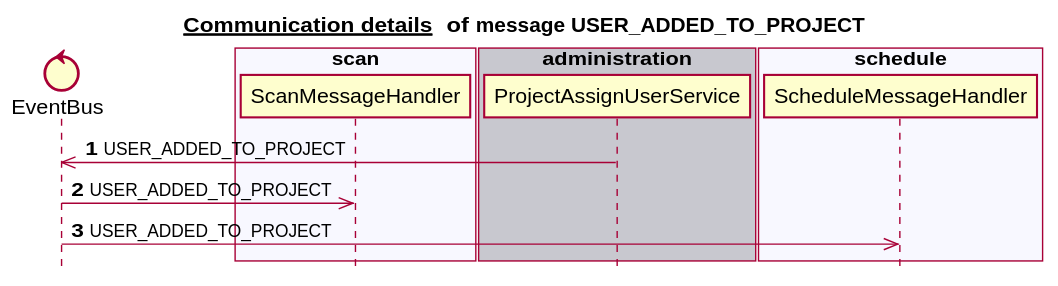
Before: docs/latest/images/gen_domain_messaging_user_added_to_project.svg, a diagram exported from PlantUML (mercedes-benz/sechub).
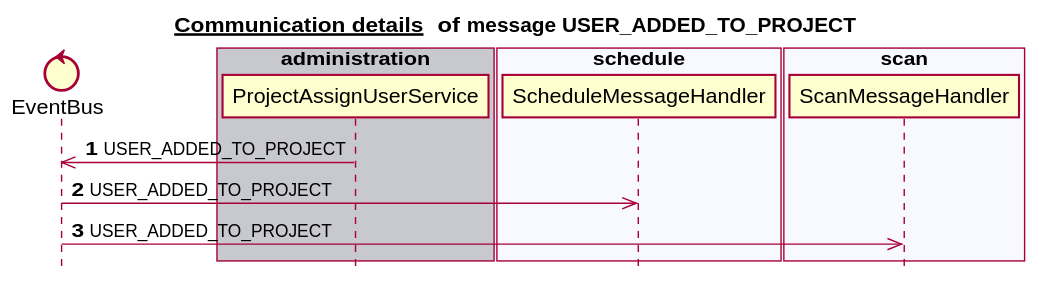
After the change.

What changed in the source:
```diff
@@ -6,23 +6,23 @@
 
 
 control EventBus
-box "authorization" #C8C8CF
-end box
-box "scan" #F8F8FF
-   participant ScanMessageHandler
-end box
 box "administration" #C8C8CF
    participant ProjectAssignUserService
 end box
 box "schedule" #F8F8FF
    participant ScheduleMessageHandler
 end box
+box "authorization" #C8C8CF
+end box
+box "scan" #F8F8FF
+   participant ScanMessageHandler
+end box
 box "notification" #C8C8CF
 end box
 autonumber 1
 ProjectAssignUserService ->> EventBus:USER_ADDED_TO_PROJECT
+EventBus ->> ScheduleMessageHandler:USER_ADDED_TO_PROJECT
 EventBus ->> ScanMessageHandler:USER_ADDED_TO_PROJECT
-EventBus ->> ScheduleMessageHandler:USER_ADDED_TO_PROJECT
 autonumber stop
 
 
```
